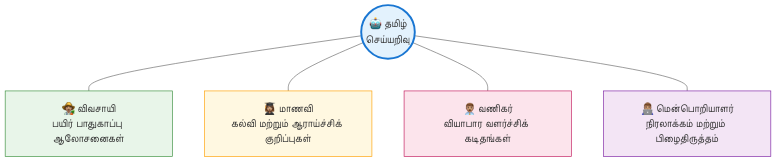
This is book/images/diagrams/target-audience-web.png from kpassoubady/tamil-prompt-standard, a Mermaid export, as it was before one commit. Its source is kept beside it as book/images/diagrams/target-audience-web.mmd.
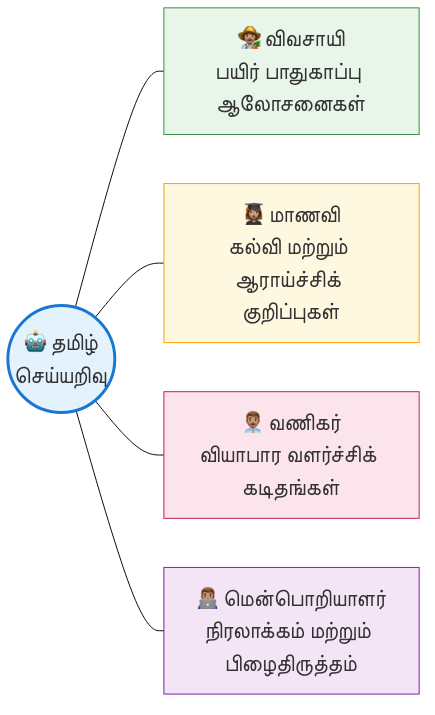
After the change.

Diff of the diagram source:
```diff
@@ -1,4 +1,5 @@
-graph TD
+%%{init: {'theme': 'base', 'themeVariables': { 'fontSize': '22px', 'fontFamily': 'Arial, Helvetica, sans-serif', 'fontWeight': '600'}}}%%
+graph LR
     Center((🤖 தமிழ்<br/>செய்யறிவு))
 
     Farmer[👨🏽‍🌾 விவசாயி<br/>பயிர் பாதுகாப்பு ஆலோசனைகள்]
```
